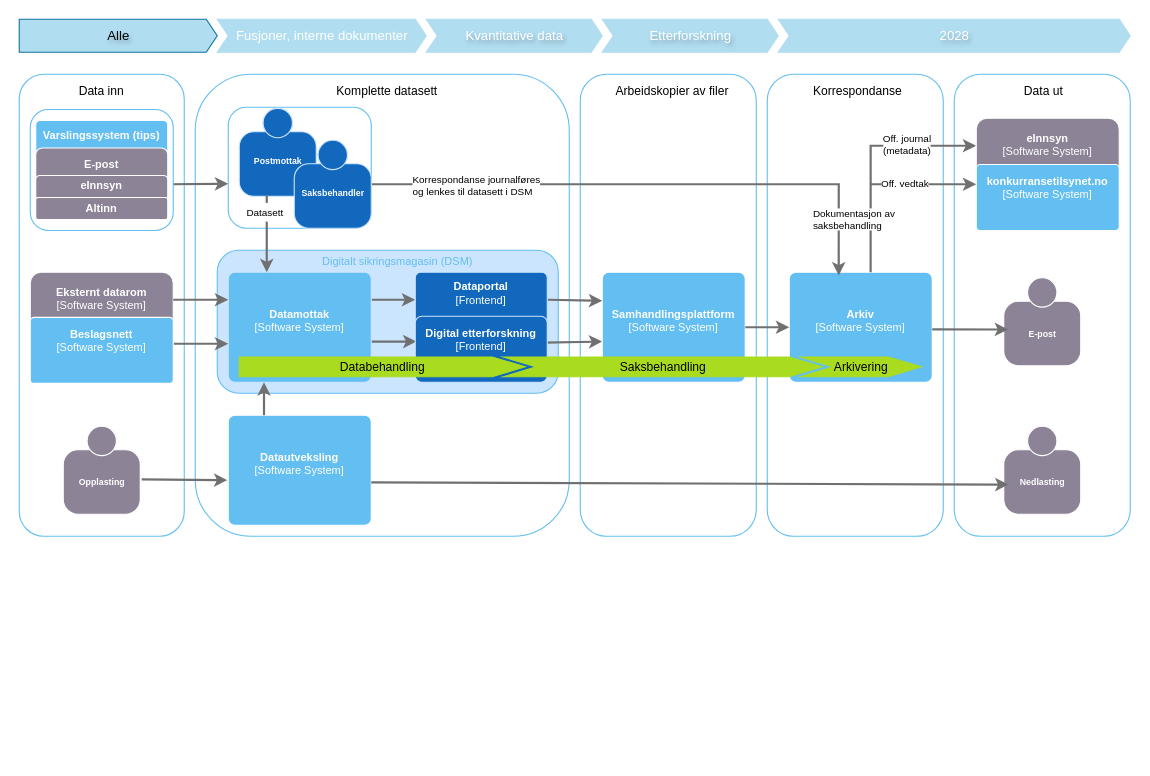
The draw.io diagram page "2026 Alle" (1 of 8) of dataflyt.drawio in mortenee/draw.io, before the edit. Source tidied: cells renumbered, new cells numbered last; positions are measured from the earlier drawing's top-left corner, leaving out a move shared by most shapes. Both pictures are drawn from the tidied source at 110%, with x=0, y=0 at pixel (19, 19).
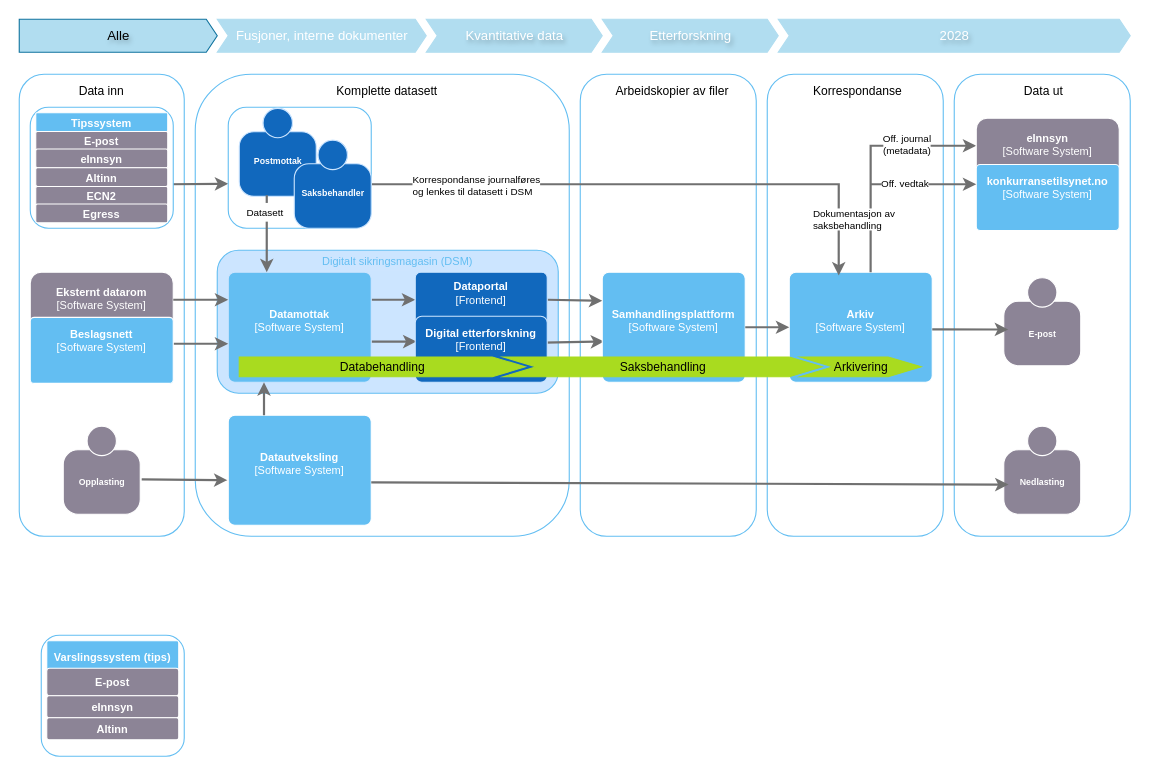
The same diagram, later.

Unchanged cells that the change refers to:
```xml
<object id="12" label="&lt;b&gt;%c4Name%&lt;/b&gt;&lt;div&gt;[%c4Type%]&lt;/div&gt;&lt;br&gt;&lt;div&gt;%c4Description%&lt;/div&gt;" c4Description="" c4Name="Samhandlingsplattform" c4Type="Software System" placeholders="1">
  <mxCell style="rounded=1;whiteSpace=wrap;html=1;labelBackgroundColor=none;fillColor=#63BEF2;align=center;arcSize=6;strokeColor=#FFFFFF;metaData={&quot;c4Type&quot;:{&quot;editable&quot;:false}};points=[[0.25,0,0],[0.5,0,0],[0.75,0,0],[1,0.25,0],[1,0.5,0],[1,0.75,0],[0.75,1,0],[0.5,1,0],[0.25,1,0],[0,0.75,0],[0,0.5,0],[0,0.25,0]];verticalAlign=middle;fontFamily=Helvetica;fontSize=10;fontColor=#ffffff;" parent="1" vertex="1">
    <mxGeometry x="530" y="230" width="130" height="100" as="geometry" />
  </mxCell>
</object>
<object id="29" label="&lt;font&gt;&lt;b&gt;%c4Name%&lt;/b&gt;&lt;/font&gt;&lt;div&gt;[%c4Type%]&lt;/div&gt;&lt;br&gt;&lt;div&gt;&lt;font&gt;&lt;font color=&quot;#cccccc&quot;&gt;%c4Description%&lt;/font&gt;&lt;/font&gt;&lt;/div&gt;" c4Description="" c4Name="Digital etterforskning" c4Type="Frontend" placeholders="1">
  <mxCell style="rounded=1;whiteSpace=wrap;html=1;labelBackgroundColor=none;fillColor=#1168BD;fontColor=#ffffff;align=center;arcSize=10;strokeColor=#CCE5FF;points=[[0.25,0,0],[0.5,0,0],[0.75,0,0],[1,0.25,0],[1,0.5,0],[1,0.75,0],[0.75,1,0],[0.5,1,0],[0.25,1,0],[0,0.75,0],[0,0.5,0],[0,0.25,0]];verticalAlign=middle;fontFamily=Helvetica;fontSize=10;spacingBottom=6;" parent="1" vertex="1">
    <mxGeometry x="360" y="270" width="120" height="60" as="geometry" />
  </mxCell>
</object>
<mxCell id="54" style="rounded=1;whiteSpace=wrap;html=1;labelBorderColor=none;shadow=0;strokeColor=#63BEF2;" parent="1" vertex="1">
  <mxGeometry x="190" y="80" width="130" height="110" as="geometry" />
</mxCell>
```

What changed in the source:
```diff
@@
-    <mxCell id="11" style="edgeStyle=none;rounded=0;jettySize=auto;html=1;strokeColor=#707070;strokeWidth=2;fontColor=#707070;exitX=0.977;exitY=0.4;exitDx=0;exitDy=0;exitPerimeter=0;entryX=0;entryY=0.63;entryDx=0;entryDy=0;entryPerimeter=0;" parent="1" edge="1" source="29" target="12">
+    <mxCell id="11" style="edgeStyle=none;rounded=0;jettySize=auto;html=1;strokeColor=#707070;strokeWidth=2;fontColor=#707070;exitX=0.977;exitY=0.4;exitDx=0;exitDy=0;exitPerimeter=0;entryX=0.013;entryY=0.63;entryDx=0;entryDy=0;entryPerimeter=0;" parent="1" edge="1" source="29" target="12">
       <mxGeometry relative="1" as="geometry" />
     </mxCell>
@@
-    <mxCell id="46" style="edgeStyle=none;rounded=0;jettySize=auto;html=1;strokeColor=#707070;strokeWidth=2;fontColor=#707070;entryX=0;entryY=0.632;entryDx=0;entryDy=0;entryPerimeter=0;exitX=0.969;exitY=0.618;exitDx=0;exitDy=0;exitPerimeter=0;" parent="1" edge="1" source="55" target="54">
-      <mxGeometry relative="1" as="geometry" />
+    <mxCell id="46" style="edgeStyle=none;rounded=0;jettySize=auto;html=1;strokeColor=#707070;strokeWidth=2;fontColor=#707070;entryX=0;entryY=0.632;entryDx=0;entryDy=0;entryPerimeter=0;exitX=0.969;exitY=0.618;exitDx=0;exitDy=0;exitPerimeter=0;" parent="1" edge="1" target="54">
+      <mxGeometry relative="1" as="geometry">
+        <mxPoint x="136" y="150" as="sourcePoint" />
+      </mxGeometry>
     </mxCell>
@@
-    <mxCell id="55" style="rounded=1;whiteSpace=wrap;html=1;labelBorderColor=none;shadow=0;strokeColor=#63BEF2;" parent="1" vertex="1">
-      <mxGeometry x="10" y="82" width="130" height="110" as="geometry" />
-    </mxCell>
-    <object id="56" label="&lt;b&gt;%c4Name%&lt;/b&gt;&lt;div&gt;%c4Description%&lt;/div&gt;" c4Description="" c4Name="Varslingssystem (tips)" placeholders="1">
-      <mxCell style="rounded=1;whiteSpace=wrap;html=1;labelBackgroundColor=none;fillColor=#63BEF2;fontColor=#ffffff;align=center;arcSize=6;strokeColor=#FFFFFF;spacingBottom=44;fontSize=10;verticalAlign=middle;fontFamily=Helvetica;" parent="1" vertex="1">
-        <mxGeometry x="15" y="92" width="120" height="70" as="geometry" />
-      </mxCell>
-    </object>
-    <object id="57" label="&lt;b&gt;%c4Name%&lt;/b&gt;&lt;div&gt;%c4Description%&lt;/div&gt;" c4Description="" c4Name="E-post" placeholders="1">
-      <mxCell style="rounded=1;whiteSpace=wrap;html=1;labelBackgroundColor=none;fillColor=#8C8496;fontColor=#ffffff;align=center;arcSize=10;strokeColor=#FFFFFF;spacingBottom=30;fontSize=10;" parent="1" vertex="1">
-        <mxGeometry x="15" y="117" width="120" height="60" as="geometry" />
-      </mxCell>
-    </object>
-    <object id="58" label="&lt;b&gt;%c4Name%&lt;/b&gt;&lt;div&gt;%c4Description%&lt;/div&gt;" c4Description="" c4Name="eInnsyn" placeholders="1">
-      <mxCell style="rounded=1;whiteSpace=wrap;html=1;labelBackgroundColor=none;fillColor=#8C8496;fontColor=#ffffff;align=center;arcSize=10;strokeColor=#FFFFFF;spacingBottom=23;fontSize=10;" parent="1" vertex="1">
-        <mxGeometry x="15" y="142" width="120" height="40" as="geometry" />
-      </mxCell>
-    </object>
-    <object id="59" label="&lt;b&gt;%c4Name%&lt;/b&gt;&lt;div&gt;%c4Description%&lt;/div&gt;" c4Description="" c4Name="Altinn" placeholders="1">
-      <mxCell style="rounded=1;whiteSpace=wrap;html=1;labelBackgroundColor=none;fillColor=#8C8496;fontColor=#ffffff;align=center;arcSize=10;strokeColor=#FFFFFF;verticalAlign=middle;fontFamily=Helvetica;fontSize=10;spacingBottom=0;" parent="1" vertex="1">
-        <mxGeometry x="15" y="162" width="120" height="20" as="geometry" />
-      </mxCell>
-    </object>
@@
+    <mxCell id="64" style="rounded=1;whiteSpace=wrap;html=1;labelBorderColor=none;shadow=0;strokeColor=#63BEF2;" parent="1" vertex="1">
+      <mxGeometry x="10" y="80" width="130" height="110" as="geometry" />
+    </mxCell>
+    <object id="65" label="&lt;b&gt;%c4Name%&lt;/b&gt;&lt;div&gt;%c4Description%&lt;/div&gt;" c4Description="" c4Name="Tipssystem" placeholders="1">
+      <mxCell style="rounded=1;whiteSpace=wrap;html=1;labelBackgroundColor=none;fillColor=#63BEF2;fontColor=#ffffff;align=center;arcSize=6;strokeColor=#FFFFFF;spacingBottom=0;fontSize=10;verticalAlign=middle;fontFamily=Helvetica;" parent="1" vertex="1">
+        <mxGeometry x="15" y="85" width="120" height="17" as="geometry" />
+      </mxCell>
+    </object>
+    <object id="66" label="&lt;b&gt;%c4Name%&lt;/b&gt;&lt;div&gt;%c4Description%&lt;/div&gt;" c4Description="" c4Name="E-post" placeholders="1">
+      <mxCell style="rounded=1;whiteSpace=wrap;html=1;labelBackgroundColor=none;fillColor=#8C8496;fontColor=#ffffff;align=center;arcSize=10;strokeColor=#FFFFFF;spacingBottom=0;fontSize=10;" parent="1" vertex="1">
+        <mxGeometry x="15" y="102" width="120" height="17" as="geometry" />
+      </mxCell>
+    </object>
+    <object id="67" label="&lt;b&gt;%c4Name%&lt;/b&gt;&lt;div&gt;%c4Description%&lt;/div&gt;" c4Description="" c4Name="eInnsyn" placeholders="1">
+      <mxCell style="rounded=1;whiteSpace=wrap;html=1;labelBackgroundColor=none;fillColor=#8C8496;fontColor=#ffffff;align=center;arcSize=10;strokeColor=#FFFFFF;spacingBottom=0;fontSize=10;" parent="1" vertex="1">
+        <mxGeometry x="15" y="118" width="120" height="17" as="geometry" />
+      </mxCell>
+    </object>
+    <object id="68" label="&lt;b&gt;%c4Name%&lt;/b&gt;&lt;div&gt;%c4Description%&lt;/div&gt;" c4Description="" c4Name="Altinn" placeholders="1">
+      <mxCell style="rounded=1;whiteSpace=wrap;html=1;labelBackgroundColor=none;fillColor=#8C8496;fontColor=#ffffff;align=center;arcSize=10;strokeColor=#FFFFFF;verticalAlign=middle;fontFamily=Helvetica;fontSize=10;spacingBottom=0;" parent="1" vertex="1">
+        <mxGeometry x="15" y="135" width="120" height="17" as="geometry" />
+      </mxCell>
+    </object>
+    <object id="69" label="&lt;b&gt;%c4Name%&lt;/b&gt;&lt;div&gt;%c4Description%&lt;/div&gt;" c4Description="" c4Name="ECN2" placeholders="1">
+      <mxCell style="rounded=1;whiteSpace=wrap;html=1;labelBackgroundColor=none;fillColor=#8C8496;fontColor=#ffffff;align=center;arcSize=10;strokeColor=#FFFFFF;verticalAlign=middle;fontFamily=Helvetica;fontSize=10;spacingBottom=0;" parent="1" vertex="1">
+        <mxGeometry x="15" y="152" width="120" height="17" as="geometry" />
+      </mxCell>
+    </object>
+    <object id="70" label="&lt;b&gt;%c4Name%&lt;/b&gt;&lt;div&gt;%c4Description%&lt;/div&gt;" c4Description="" c4Name="Egress" placeholders="1">
+      <mxCell style="rounded=1;whiteSpace=wrap;html=1;labelBackgroundColor=none;fillColor=#8C8496;fontColor=#ffffff;align=center;arcSize=10;strokeColor=#FFFFFF;verticalAlign=middle;fontFamily=Helvetica;fontSize=10;spacingBottom=0;" parent="1" vertex="1">
+        <mxGeometry x="15" y="168" width="120" height="17" as="geometry" />
+      </mxCell>
+    </object>
+    <mxCell id="71" style="rounded=1;whiteSpace=wrap;html=1;labelBorderColor=none;shadow=0;strokeColor=#63BEF2;" parent="1" vertex="1">
+      <mxGeometry x="20" y="560" width="130" height="110" as="geometry" />
+    </mxCell>
+    <object id="56" label="&lt;b&gt;%c4Name%&lt;/b&gt;&lt;div&gt;%c4Description%&lt;/div&gt;" c4Description="" c4Name="Varslingssystem (tips)" placeholders="1">
+      <mxCell style="rounded=1;whiteSpace=wrap;html=1;labelBackgroundColor=none;fillColor=#63BEF2;fontColor=#ffffff;align=center;arcSize=6;strokeColor=#FFFFFF;spacingBottom=0;fontSize=10;verticalAlign=middle;fontFamily=Helvetica;" parent="1" vertex="1">
+        <mxGeometry x="25" y="565" width="120" height="30" as="geometry" />
+      </mxCell>
+    </object>
+    <object id="72" label="&lt;b&gt;%c4Name%&lt;/b&gt;&lt;div&gt;%c4Description%&lt;/div&gt;" c4Description="" c4Name="E-post" placeholders="1">
+      <mxCell style="rounded=1;whiteSpace=wrap;html=1;labelBackgroundColor=none;fillColor=#8C8496;fontColor=#ffffff;align=center;arcSize=10;strokeColor=#FFFFFF;spacingBottom=0;fontSize=10;" parent="1" vertex="1">
+        <mxGeometry x="25" y="590" width="120" height="25" as="geometry" />
+      </mxCell>
+    </object>
+    <object id="73" label="&lt;b&gt;%c4Name%&lt;/b&gt;&lt;div&gt;%c4Description%&lt;/div&gt;" c4Description="" c4Name="eInnsyn" placeholders="1">
+      <mxCell style="rounded=1;whiteSpace=wrap;html=1;labelBackgroundColor=none;fillColor=#8C8496;fontColor=#ffffff;align=center;arcSize=10;strokeColor=#FFFFFF;spacingBottom=0;fontSize=10;" parent="1" vertex="1">
+        <mxGeometry x="25" y="615" width="120" height="20" as="geometry" />
+      </mxCell>
+    </object>
+    <object id="74" label="&lt;b&gt;%c4Name%&lt;/b&gt;&lt;div&gt;%c4Description%&lt;/div&gt;" c4Description="" c4Name="Altinn" placeholders="1">
+      <mxCell style="rounded=1;whiteSpace=wrap;html=1;labelBackgroundColor=none;fillColor=#8C8496;fontColor=#ffffff;align=center;arcSize=10;strokeColor=#FFFFFF;verticalAlign=middle;fontFamily=Helvetica;fontSize=10;spacingBottom=0;" parent="1" vertex="1">
+        <mxGeometry x="25" y="635" width="120" height="20" as="geometry" />
+      </mxCell>
+    </object>
```
